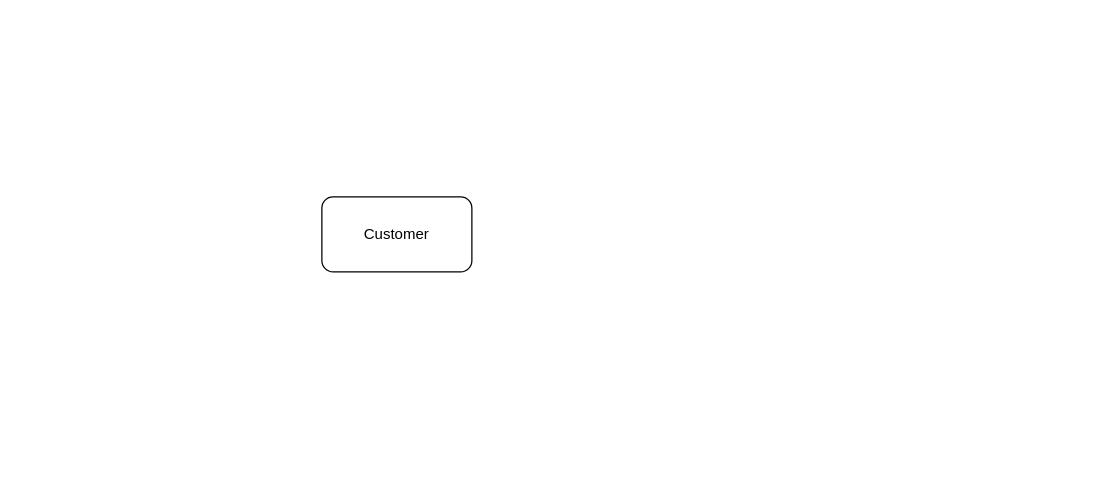
Before: DBproject.drawio in AnthonyEdward777/CRM-DBMS, a draw.io diagram. Source tidied: cells renumbered, new cells numbered last; positions are measured from the earlier drawing's top-left corner, leaving out a move shared by most shapes. Both pictures are drawn from the tidied source at 125%, with x=0, y=0 at pixel (321, 196).
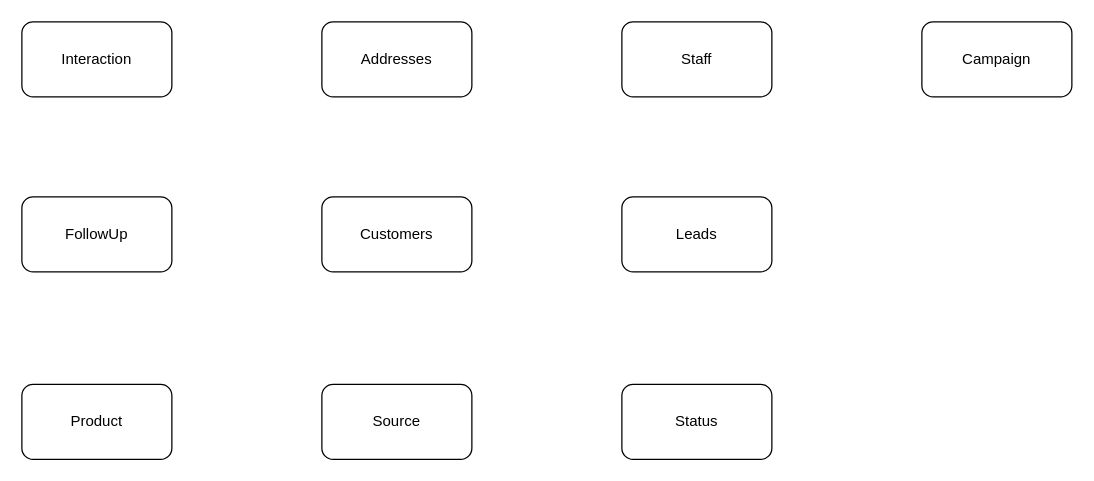
Above is the later version.

Change to the diagram source:
```diff
@@
 <mxGraphModel>
   <root>
     <mxCell id="0" />
     <mxCell id="1" parent="0" />
-    <mxCell id="2" value="Customer" style="rounded=1;whiteSpace=wrap;html=1;" parent="1" vertex="1">
+    <mxCell id="2" value="Customers" style="rounded=1;whiteSpace=wrap;html=1;" parent="1" vertex="1">
       <mxGeometry width="120" height="60" as="geometry" />
     </mxCell>
+    <mxCell id="3" value="Addresses" style="rounded=1;whiteSpace=wrap;html=1;" parent="1" vertex="1">
+      <mxGeometry y="-140" width="120" height="60" as="geometry" />
+    </mxCell>
+    <mxCell id="4" value="Staff" style="rounded=1;whiteSpace=wrap;html=1;" parent="1" vertex="1">
+      <mxGeometry x="240" y="-140" width="120" height="60" as="geometry" />
+    </mxCell>
+    <mxCell id="5" value="Leads" style="rounded=1;whiteSpace=wrap;html=1;" parent="1" vertex="1">
+      <mxGeometry x="240" width="120" height="60" as="geometry" />
+    </mxCell>
+    <mxCell id="6" value="Source" style="rounded=1;whiteSpace=wrap;html=1;" parent="1" vertex="1">
+      <mxGeometry y="150" width="120" height="60" as="geometry" />
+    </mxCell>
+    <mxCell id="7" value="Status" style="rounded=1;whiteSpace=wrap;html=1;" parent="1" vertex="1">
+      <mxGeometry x="240" y="150" width="120" height="60" as="geometry" />
+    </mxCell>
+    <mxCell id="8" value="Interaction" style="rounded=1;whiteSpace=wrap;html=1;" parent="1" vertex="1">
+      <mxGeometry x="-240" y="-140" width="120" height="60" as="geometry" />
+    </mxCell>
+    <mxCell id="9" value="FollowUp" style="rounded=1;whiteSpace=wrap;html=1;" parent="1" vertex="1">
+      <mxGeometry x="-240" width="120" height="60" as="geometry" />
+    </mxCell>
+    <mxCell id="10" value="Product" style="rounded=1;whiteSpace=wrap;html=1;" parent="1" vertex="1">
+      <mxGeometry x="-240" y="150" width="120" height="60" as="geometry" />
+    </mxCell>
+    <mxCell id="11" value="Campaign" style="rounded=1;whiteSpace=wrap;html=1;" parent="1" vertex="1">
+      <mxGeometry x="480" y="-140" width="120" height="60" as="geometry" />
+    </mxCell>
   </root>
 </mxGraphModel>
```
